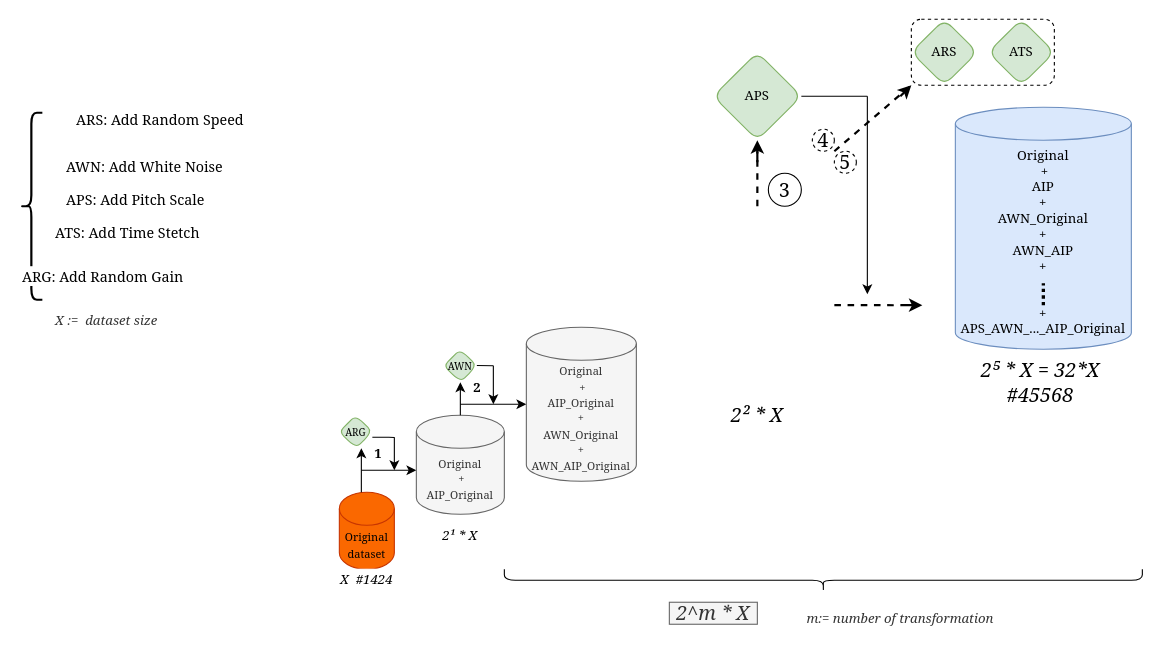
The draw.io diagram page "Process2-Incremental" (2 of 7) of Diagramme sans nom.drawio in papasega/DeepLearning_Shared_PSW, before the edit. Source tidied: cells renumbered, new cells numbered last; positions are measured from the earlier drawing's top-left corner, leaving out a move shared by most shapes. Both pictures are drawn from the tidied source at 110%, with x=0, y=0 at pixel (20, 19).
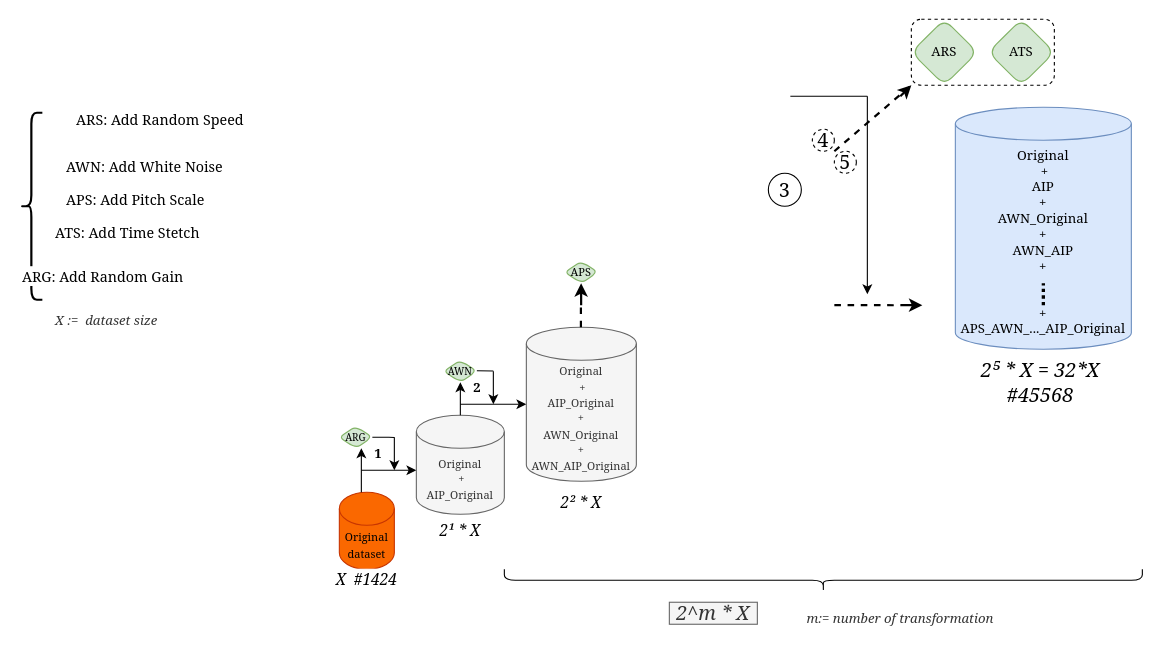
The same page after the edit.

Commit message (it also covers changes not shown here):
Mettre à jour Diagramme sans nom.drawio

Diff of the diagram source:
```diff
@@
     <mxCell id="5" value="&lt;span style=&quot;font-family: Georgia;&quot;&gt;&lt;font style=&quot;font-size: 9px;&quot;&gt;ARG&lt;/font&gt;&lt;/span&gt;" style="rhombus;whiteSpace=wrap;html=1;fillColor=#d5e8d4;strokeColor=#82b366;rounded=1;rotation=0;" parent="1" vertex="1">
-      <mxGeometry x="290" y="360" width="30" height="30" as="geometry" />
+      <mxGeometry x="290" y="370" width="30" height="20" as="geometry" />
     </mxCell>
@@
     <mxCell id="10" value="&lt;span style=&quot;font-family: Georgia;&quot;&gt;&lt;font style=&quot;font-size: 9px;&quot;&gt;AWN&lt;/font&gt;&lt;/span&gt;" style="rhombus;whiteSpace=wrap;html=1;fillColor=#d5e8d4;strokeColor=#82b366;rounded=1;" parent="1" vertex="1">
-      <mxGeometry x="385" y="300" width="30" height="30" as="geometry" />
+      <mxGeometry x="385" y="310" width="30" height="20" as="geometry" />
     </mxCell>
@@
     <mxCell id="12" style="endArrow=none;html=1;rounded=0;strokeWidth=1;fontFamily=Georgia;fontSize=14;" parent="1" edge="1">
       <mxGeometry relative="1" as="geometry">
-        <mxPoint x="415" y="314.8" as="sourcePoint" />
-        <mxPoint x="430" y="315" as="targetPoint" />
+        <mxPoint x="415" y="319.6" as="sourcePoint" />
+        <mxPoint x="430" y="319.8" as="targetPoint" />
       </mxGeometry>
     </mxCell>
     <mxCell id="13" style="endArrow=classic;html=1;rounded=0;strokeWidth=1;fontFamily=Georgia;fontSize=14;" parent="1" edge="1">
       <mxGeometry x="0.43" y="-50" relative="1" as="geometry">
-        <mxPoint x="430" y="315" as="sourcePoint" />
+        <mxPoint x="430" y="320" as="sourcePoint" />
         <mxPoint x="430" y="350" as="targetPoint" />
       </mxGeometry>
     </mxCell>
@@
-    <mxCell id="15" value="&lt;i&gt;&lt;font style=&quot;&quot; face=&quot;Georgia&quot;&gt;&lt;font style=&quot;font-size: 12px;&quot;&gt;X&amp;nbsp; #1424&lt;/font&gt;&lt;br&gt;&lt;/font&gt;&lt;/i&gt;" style="rounded=0;whiteSpace=wrap;html=1;strokeColor=#FFFFFF;" parent="1" vertex="1">
+    <mxCell id="15" value="&lt;i&gt;&lt;font style=&quot;&quot; face=&quot;Georgia&quot;&gt;&lt;font style=&quot;font-size: 14px;&quot;&gt;X&amp;nbsp; #1424&lt;/font&gt;&lt;br&gt;&lt;/font&gt;&lt;/i&gt;" style="rounded=0;whiteSpace=wrap;html=1;strokeColor=#FFFFFF;" parent="1" vertex="1">
       <mxGeometry x="260" y="500" width="110" height="20" as="geometry" />
     </mxCell>
-    <mxCell id="16" value="&lt;i&gt;&lt;font style=&quot;font-size: 12px;&quot; face=&quot;Georgia&quot;&gt;2¹ * X&lt;/font&gt;&lt;/i&gt;" style="rounded=0;whiteSpace=wrap;html=1;strokeColor=#FFFFFF;" parent="1" vertex="1">
-      <mxGeometry x="370" y="460" width="60" height="20" as="geometry" />
+    <mxCell id="16" value="&lt;i&gt;&lt;font style=&quot;font-size: 14px;&quot; face=&quot;Georgia&quot;&gt;2¹ * X&lt;/font&gt;&lt;/i&gt;" style="rounded=0;whiteSpace=wrap;html=1;strokeColor=#FFFFFF;fillColor=#FFFFFF;" parent="1" vertex="1">
+      <mxGeometry x="370" y="455" width="60" height="20" as="geometry" />
     </mxCell>
-    <mxCell id="17" value="&lt;i&gt;&lt;font style=&quot;font-size: 18px;&quot; face=&quot;Georgia&quot;&gt;2² * X&lt;/font&gt;&lt;/i&gt;" style="rounded=0;whiteSpace=wrap;html=1;strokeColor=#FFFFFF;" parent="1" vertex="1">
-      <mxGeometry x="640" y="350" width="60" height="20" as="geometry" />
+    <mxCell id="17" value="&lt;i&gt;&lt;font style=&quot;font-size: 14px;&quot; face=&quot;Georgia&quot;&gt;2² * X&lt;/font&gt;&lt;/i&gt;" style="rounded=0;whiteSpace=wrap;html=1;strokeColor=#FFFFFF;" parent="1" vertex="1">
+      <mxGeometry x="480" y="430" width="60" height="20" as="geometry" />
     </mxCell>
@@
     <mxCell id="19" style="endArrow=none;dashed=1;html=1;rounded=0;strokeWidth=2;fontFamily=Georgia;fontSize=14;" parent="1" edge="1">
       <mxGeometry relative="1" as="geometry">
-        <mxPoint x="670" y="170" as="sourcePoint" />
-        <mxPoint x="670" y="120" as="targetPoint" />
+        <mxPoint x="509.6" y="280" as="sourcePoint" />
+        <mxPoint x="510" y="260" as="targetPoint" />
+        <Array as="points">
+          <mxPoint x="509.6" y="260" />
+        </Array>
       </mxGeometry>
     </mxCell>
     <mxCell id="20" style="endArrow=classic;html=1;rounded=0;strokeWidth=2;fontFamily=Georgia;fontSize=14;" parent="1" edge="1">
-      <mxGeometry relative="1" as="geometry">
-        <mxPoint x="670" y="130" as="sourcePoint" />
-        <mxPoint x="670" y="110" as="targetPoint" />
+      <mxGeometry x="-1" relative="1" as="geometry">
+        <mxPoint x="509.8" y="260" as="sourcePoint" />
+        <mxPoint x="509.8" y="240" as="targetPoint" />
       </mxGeometry>
     </mxCell>
-    <mxCell id="21" value="&lt;span style=&quot;font-family: Georgia;&quot;&gt;APS&lt;/span&gt;" style="rhombus;whiteSpace=wrap;html=1;fillColor=#d5e8d4;strokeColor=#82b366;rounded=1;" parent="1" vertex="1">
-      <mxGeometry x="630" y="30" width="80" height="80" as="geometry" />
+    <mxCell id="21" value="&lt;span style=&quot;font-family: Georgia;&quot;&gt;&lt;font style=&quot;font-size: 10px;&quot;&gt;APS&lt;/font&gt;&lt;/span&gt;" style="rhombus;whiteSpace=wrap;html=1;fillColor=#d5e8d4;strokeColor=#82b366;rounded=1;" parent="1" vertex="1">
+      <mxGeometry x="495" y="220" width="30" height="20" as="geometry" />
     </mxCell>
-    <mxCell id="22" style="endArrow=none;html=1;rounded=0;strokeWidth=1;fontFamily=Georgia;fontSize=14;exitX=1;exitY=0.5;exitDx=0;exitDy=0;" parent="1" edge="1" source="21">
+    <mxCell id="22" style="endArrow=none;html=1;rounded=0;strokeWidth=1;fontFamily=Georgia;fontSize=14;" parent="1" edge="1">
       <mxGeometry relative="1" as="geometry">
+        <mxPoint x="700" y="70" as="sourcePoint" />
         <mxPoint x="770" y="70" as="targetPoint" />
       </mxGeometry>
     </mxCell>
```
